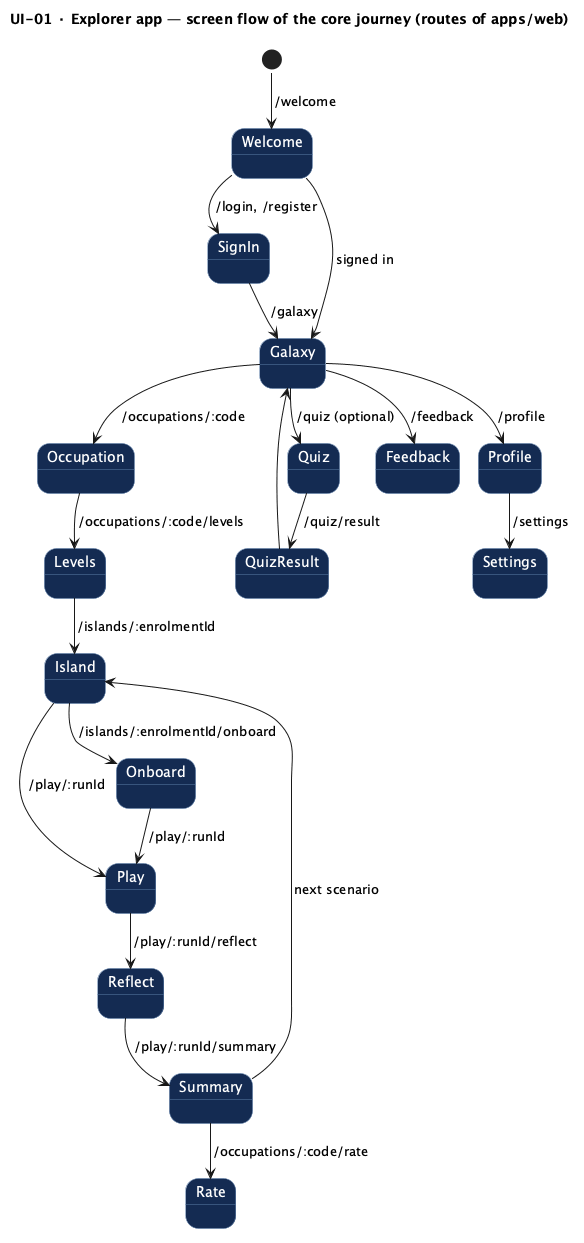
The PlantUML diagram reports/master/figures/UI-01_ExplorerScreenFlow.png in The-Golden-Trio/Capstone-Project, before a commit. The source it was exported from:
```plantuml
@startuml UI-01_ExplorerScreenFlow
!pragma layout smetana
title UI-01 · Explorer app — screen flow of the core journey (routes of apps/web)
skinparam state {
  BackgroundColor #142b52
  FontColor white
  BorderColor #5d7ea8
}
[*] --> Welcome : /welcome
Welcome --> SignIn : /login, /register
SignIn --> Galaxy : /galaxy
Welcome --> Galaxy : signed in
Galaxy --> Quiz : /quiz (optional)
Quiz --> QuizResult : /quiz/result
QuizResult --> Galaxy
Galaxy --> Occupation : /occupations/:code
Occupation --> Levels : /occupations/:code/levels
Levels --> Island : /islands/:enrolmentId
Island --> Onboard : /islands/:enrolmentId/onboard
Onboard --> Play : /play/:runId
Island --> Play : /play/:runId
Play --> Reflect : /play/:runId/reflect
Reflect --> Summary : /play/:runId/summary
Summary --> Island : next scenario
Summary --> Rate : /occupations/:code/rate
Galaxy --> Profile : /profile
Profile --> Settings : /settings
Galaxy --> Feedback : /feedback
@enduml
```
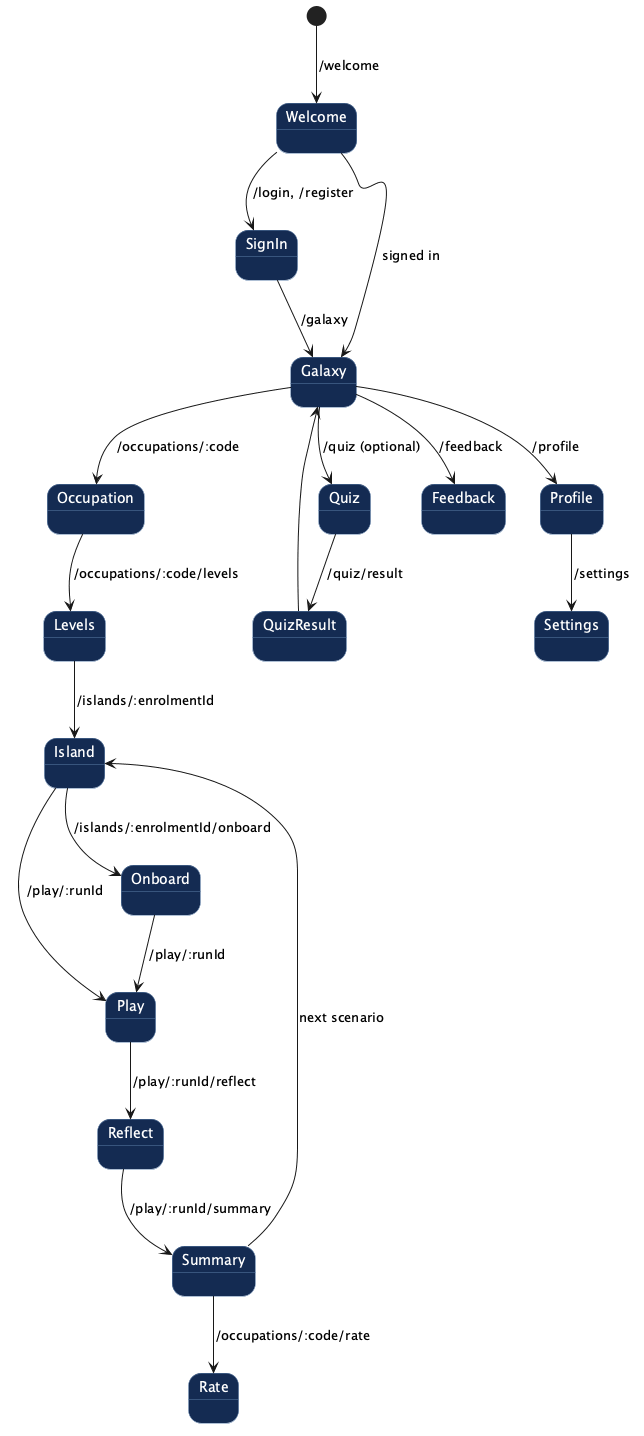
After the commit.

What changed in the source:
```diff
@@ -1,6 +1,4 @@
 @startuml UI-01_ExplorerScreenFlow
-!pragma layout smetana
-title UI-01 · Explorer app — screen flow of the core journey (routes of apps/web)
 skinparam state {
   BackgroundColor #142b52
   FontColor white
```
